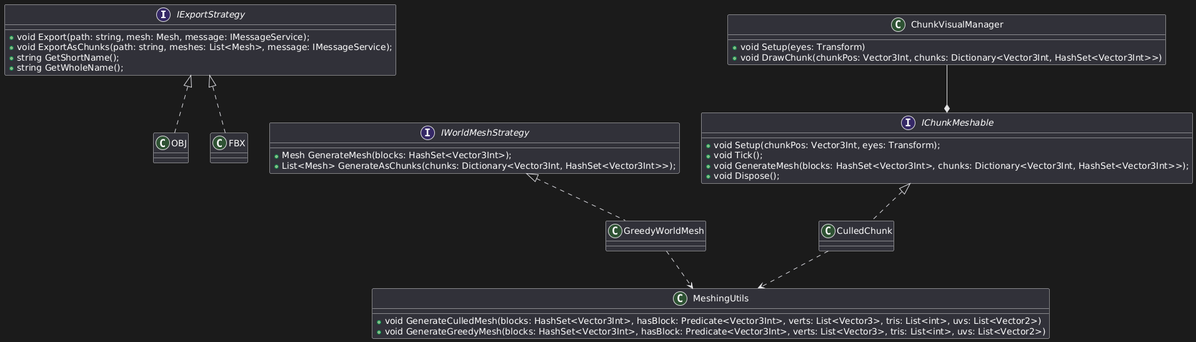
This is mesh_utils.png from Dan-Mechanics/Mithmarie, a PlantUML export, as it was before one commit.
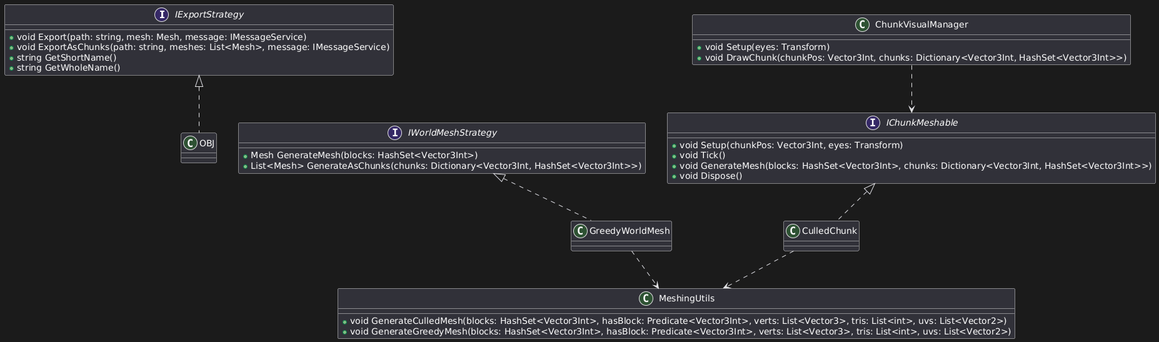
The same diagram one commit later.

Diff of the diagram source:
```diff
@@ -1,22 +1,17 @@
 @startuml
 interface IExportStrategy
 {
-    + void Export(path: string, mesh: Mesh, message: IMessageService);
-    + void ExportAsChunks(path: string, meshes: List<Mesh>, message: IMessageService);
-    + string GetShortName();
-    + string GetWholeName();
+    + void Export(path: string, mesh: Mesh, message: IMessageService)
+    + void ExportAsChunks(path: string, meshes: List<Mesh>, message: IMessageService)
+    + string GetShortName()
+    + string GetWholeName()
 }
 
 interface IWorldMeshStrategy
 {
-    + Mesh GenerateMesh(blocks: HashSet<Vector3Int>);
-    + List<Mesh> GenerateAsChunks(chunks: Dictionary<Vector3Int, HashSet<Vector3Int>>);
+    + Mesh GenerateMesh(blocks: HashSet<Vector3Int>)
+    + List<Mesh> GenerateAsChunks(chunks: Dictionary<Vector3Int, HashSet<Vector3Int>>)
 }
-
-class OBJ implements IExportStrategy
-class FBX implements IExportStrategy
-class GreedyWorldMesh implements IWorldMeshStrategy
-class CulledChunk implements IChunkMeshable
 
 class ChunkVisualManager
 {
@@ -26,10 +21,10 @@
 
 interface IChunkMeshable
 {
-    + void Setup(chunkPos: Vector3Int, eyes: Transform);
-    + void Tick();
-    + void GenerateMesh(blocks: HashSet<Vector3Int>, chunks: Dictionary<Vector3Int, HashSet<Vector3Int>>);
-    + void Dispose();
+    + void Setup(chunkPos: Vector3Int, eyes: Transform)
+    + void Tick()
+    + void GenerateMesh(blocks: HashSet<Vector3Int>, chunks: Dictionary<Vector3Int, HashSet<Vector3Int>>)
+    + void Dispose()
 }
 
 class MeshingUtils
@@ -38,7 +33,11 @@
     + void GenerateGreedyMesh(blocks: HashSet<Vector3Int>, hasBlock: Predicate<Vector3Int>, verts: List<Vector3>, tris: List<int>, uvs: List<Vector2>)
 }
 
-ChunkVisualManager --*  IChunkMeshable
+class OBJ implements IExportStrategy
+class GreedyWorldMesh implements IWorldMeshStrategy
+class CulledChunk implements IChunkMeshable
+
+ChunkVisualManager ..>  IChunkMeshable
 GreedyWorldMesh ..>  MeshingUtils
 CulledChunk ..>  MeshingUtils
 @enduml
```
